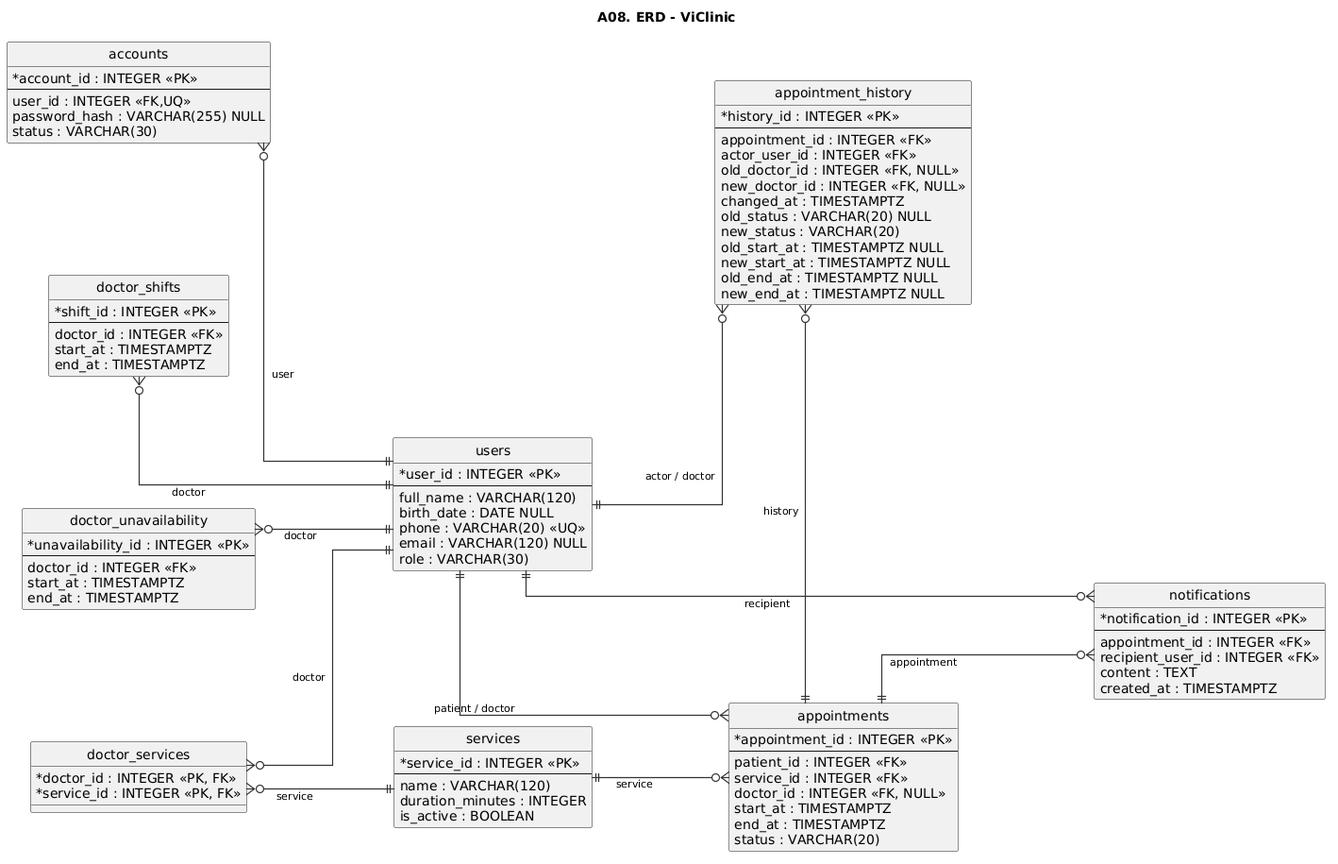
The PlantUML diagram doc/database-design/ERD.png in KhaVan-oi/ViClinic, before a commit. Its source is kept beside it as doc/database-design/ERD.puml.
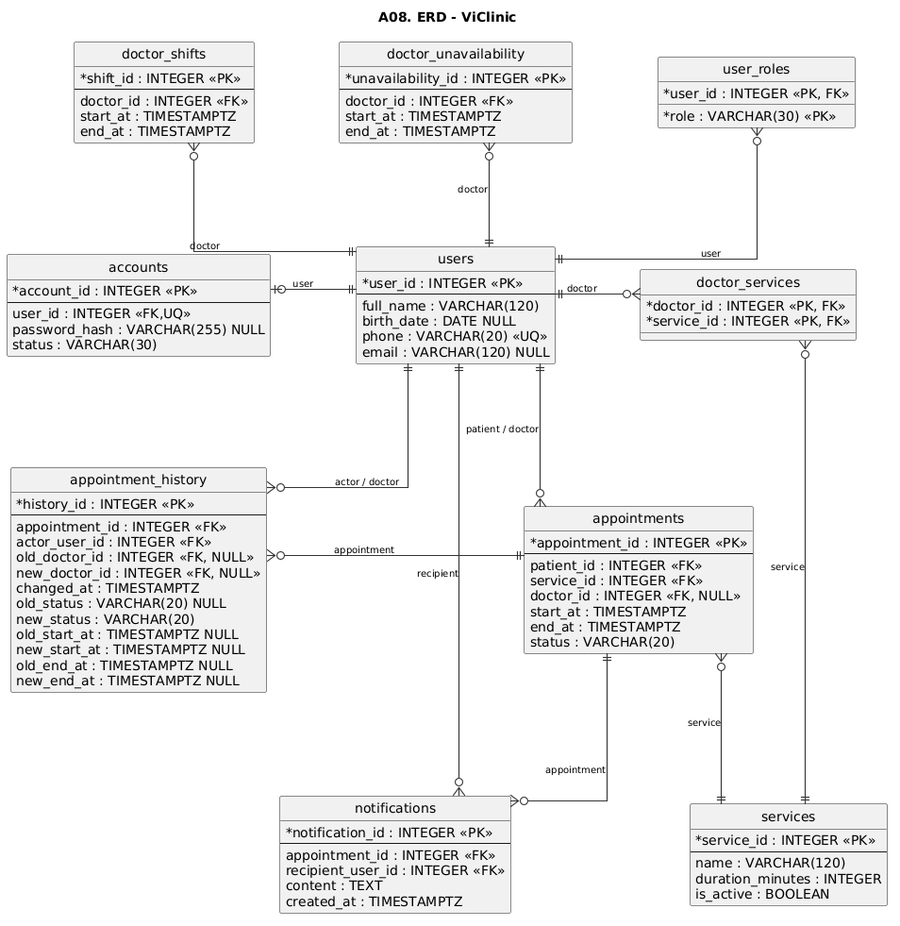
Above is the later version.

Diff of the diagram source:
```diff
@@ -1,27 +1,19 @@
 @startuml
+
 title A08. ERD - ViClinic
 
-left to right direction
+top to bottom direction
 hide circle
+
 skinparam linetype ortho
 skinparam shadowing false
 skinparam roundcorner 4
 skinparam classAttributeIconSize 0
-
-skinparam nodesep 140
-skinparam ranksep 130
-
+skinparam nodesep 90
+skinparam ranksep 110
 skinparam ArrowColor #333333
-skinparam ArrowThickness 1.2
-skinparam ArrowFontSize 11
-
-skinparam entity {
-  BackgroundColor white
-  BorderColor #444444
-  FontColor #111111
-  HeaderBackgroundColor #EAEAEA
-}
-
+skinparam ArrowThickness 1.1
+skinparam ArrowFontSize 10
 
 entity "doctor_shifts" as DOCTOR_SHIFTS {
   *shift_id : INTEGER <<PK>>
@@ -39,17 +31,17 @@
   end_at : TIMESTAMPTZ
 }
 
+entity "user_roles" as USER_ROLES {
+  *user_id : INTEGER <<PK, FK>>
+  *role : VARCHAR(30) <<PK>>
+}
+
 entity "accounts" as ACCOUNTS {
   *account_id : INTEGER <<PK>>
   --
   user_id : INTEGER <<FK,UQ>>
   password_hash : VARCHAR(255) NULL
   status : VARCHAR(30)
-}
-
-entity "doctor_services" as DOCTOR_SERVICES {
-  *doctor_id : INTEGER <<PK, FK>>
-  *service_id : INTEGER <<PK, FK>>
 }
 
 entity "users" as USERS {
@@ -59,15 +51,11 @@
   birth_date : DATE NULL
   phone : VARCHAR(20) <<UQ>>
   email : VARCHAR(120) NULL
-  role : VARCHAR(30)
 }
 
-entity "services" as SERVICES {
-  *service_id : INTEGER <<PK>>
-  --
-  name : VARCHAR(120)
-  duration_minutes : INTEGER
-  is_active : BOOLEAN
+entity "doctor_services" as DOCTOR_SERVICES {
+  *doctor_id : INTEGER <<PK, FK>>
+  *service_id : INTEGER <<PK, FK>>
 }
 
 entity "appointment_history" as APPOINTMENT_HISTORY {
@@ -106,19 +94,43 @@
   created_at : TIMESTAMPTZ
 }
 
+entity "services" as SERVICES {
+  *service_id : INTEGER <<PK>>
+  --
+  name : VARCHAR(120)
+  duration_minutes : INTEGER
+  is_active : BOOLEAN
+}
 
-DOCTOR_SHIFTS }o--|| USERS : "  doctor  "
-DOCTOR_UNAVAILABILITY }o--|| USERS : "  doctor  "
-ACCOUNTS }o--|| USERS : "  user  "
-DOCTOR_SERVICES }o--|| USERS : "  doctor  "
-DOCTOR_SERVICES }o--|| SERVICES : "  service  "
+DOCTOR_SHIFTS -[hidden]right- DOCTOR_UNAVAILABILITY
+DOCTOR_UNAVAILABILITY -[hidden]right- USER_ROLES
 
-USERS ||--o{ APPOINTMENT_HISTORY : "  actor / doctor  "
-APPOINTMENTS ||-left-o{ APPOINTMENT_HISTORY : "  history  "
+ACCOUNTS -[hidden]right- USERS
+USERS -[hidden]right----- DOCTOR_SERVICES
 
-USERS ||--o{ APPOINTMENTS : "  patient / doctor  "
-SERVICES ||--o{ APPOINTMENTS : "  service  "
+APPOINTMENT_HISTORY -[hidden]right- APPOINTMENTS
+APPOINTMENTS -[hidden]right- NOTIFICATIONS
 
-USERS ||--o{ NOTIFICATIONS : "  recipient  "
-APPOINTMENTS ||--o{ NOTIFICATIONS : "  appointment  "
+DOCTOR_SHIFTS -[hidden]down- ACCOUNTS
+ACCOUNTS -[hidden]down- APPOINTMENT_HISTORY
+DOCTOR_UNAVAILABILITY -[hidden]down- USERS
+USER_ROLES -[hidden]down--- NOTIFICATIONS
+
+DOCTOR_SHIFTS }o-down-|| USERS : "doctor"
+DOCTOR_UNAVAILABILITY }o-down-|| USERS : "doctor"
+USER_ROLES }o-down-|| USERS : "user"
+
+ACCOUNTS |o-right-|| USERS : "user"
+USERS ||-right-o{ DOCTOR_SERVICES : "doctor"
+
+USERS ||-down-o{ APPOINTMENT_HISTORY : "actor / doctor"
+USERS ||-down-o{ APPOINTMENTS : "patient / doctor"
+USERS ||-down-o{ NOTIFICATIONS : "recipient"
+
+APPOINTMENT_HISTORY }o-right-|| APPOINTMENTS : "appointment"
+APPOINTMENTS ||-right-o{ NOTIFICATIONS : "appointment"
+
+APPOINTMENTS }o-down-|| SERVICES : "service"
+DOCTOR_SERVICES }o-down-|| SERVICES : "service"
+
 @enduml
```
